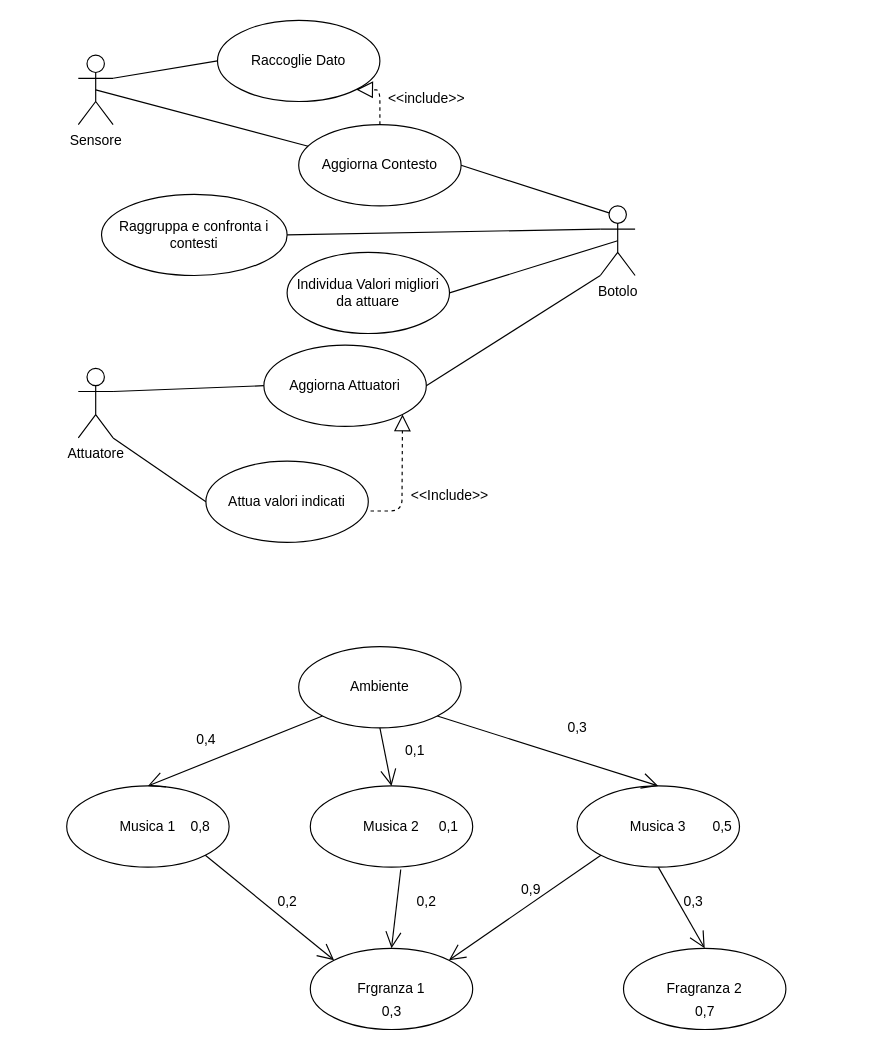
Sbef98/Microservices-Shop keeps this draw.io diagram as page "Page-2" (2 of 4) of Untitled Diagram.drawio. Above is the earlier version. Source tidied: cells renumbered, new cells numbered last; positions are measured from the earlier drawing's top-left corner, leaving out a move shared by most shapes. Both pictures are drawn from the tidied source at 116%, with x=0, y=0 at pixel (66, 20).
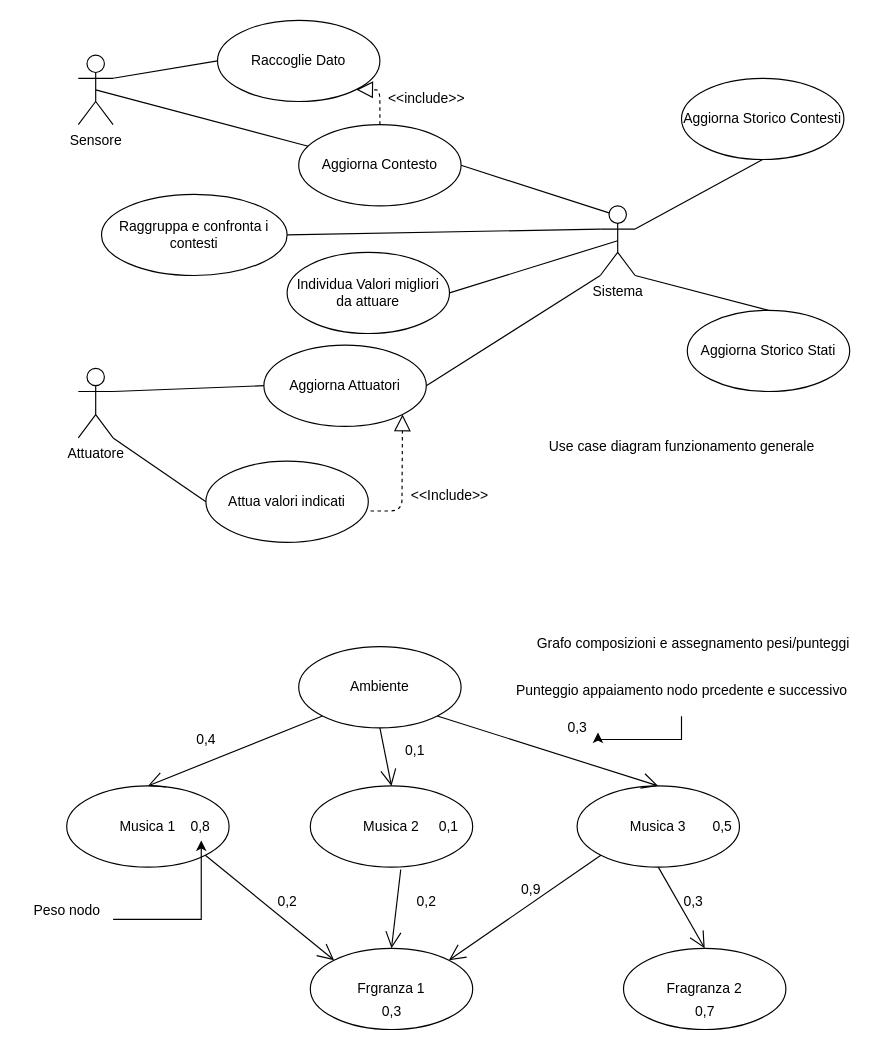
The same page after the edit.

Unchanged cells that the change refers to:
```xml
<mxCell id="36" value="0,3" style="text;html=1;align=center;verticalAlign=middle;points=[];" parent="1" vertex="1">
  <mxGeometry x="425" y="600" width="30" height="20" as="geometry" />
</mxCell>
<mxCell id="37" value="0,8" style="text;html=1;align=center;verticalAlign=middle;points=[];" parent="1" vertex="1">
  <mxGeometry x="100" y="685" width="30" height="20" as="geometry" />
</mxCell>
```

Diff of the diagram source:
```diff
@@
-    <mxCell id="4" value="Botolo" style="shape=umlActor;verticalLabelPosition=bottom;verticalAlign=top;html=1;" parent="1" vertex="1">
+    <mxCell id="4" value="Sistema" style="shape=umlActor;verticalLabelPosition=bottom;verticalAlign=top;html=1;" parent="1" vertex="1">
       <mxGeometry x="460" y="160" width="30" height="60" as="geometry" />
     </mxCell>
@@
+    <mxCell id="48" value="&lt;div&gt;Use case diagram funzionamento generale&lt;/div&gt;&lt;div&gt;&lt;br&gt;&lt;/div&gt;" style="text;html=1;align=center;verticalAlign=middle;" parent="1" vertex="1">
+      <mxGeometry x="405" y="360" width="250" height="30" as="geometry" />
+    </mxCell>
+    <mxCell id="49" value="&lt;div&gt;Grafo composizioni e assegnamento pesi/punteggi&lt;/div&gt;&lt;div&gt;&lt;br&gt;&lt;/div&gt;" style="text;html=1;align=center;verticalAlign=middle;" parent="1" vertex="1">
+      <mxGeometry x="390" y="530" width="300" height="30" as="geometry" />
+    </mxCell>
+    <mxCell id="50" style="edgeStyle=orthogonalEdgeStyle;rounded=0;jettySize=auto;html=1;entryX=1.1;entryY=0.7;entryDx=0;entryDy=0;entryPerimeter=0;" parent="1" edge="1" source="51" target="36">
+      <mxGeometry relative="1" as="geometry" />
+    </mxCell>
+    <mxCell id="51" value="&lt;div&gt;Punteggio appaiamento nodo prcedente e successivo&lt;/div&gt;&lt;div&gt;&lt;br&gt;&lt;/div&gt;" style="text;html=1;align=center;verticalAlign=middle;points=[];" parent="1" vertex="1">
+      <mxGeometry x="370" y="570" width="320" height="30" as="geometry" />
+    </mxCell>
+    <mxCell id="52" style="edgeStyle=orthogonalEdgeStyle;rounded=0;jettySize=auto;html=1;entryX=0.533;entryY=1.1;entryDx=0;entryDy=0;entryPerimeter=0;" parent="1" edge="1" source="53" target="37">
+      <mxGeometry relative="1" as="geometry" />
+    </mxCell>
+    <mxCell id="53" value="&lt;div&gt;Peso nodo&lt;/div&gt;&lt;div&gt;&lt;br&gt;&lt;/div&gt;" style="text;html=1;align=center;verticalAlign=middle;points=[];" parent="1" vertex="1">
+      <mxGeometry x="-40" y="760" width="80" height="30" as="geometry" />
+    </mxCell>
+    <mxCell id="54" value="Aggiorna Storico Contesti" style="ellipse;whiteSpace=wrap;html=1;" parent="1" vertex="1">
+      <mxGeometry x="530" y="50" width="140" height="70" as="geometry" />
+    </mxCell>
+    <mxCell id="55" value="Aggiorna Storico Stati" style="ellipse;whiteSpace=wrap;html=1;" parent="1" vertex="1">
+      <mxGeometry x="535" y="250" width="140" height="70" as="geometry" />
+    </mxCell>
+    <mxCell id="56" style="endArrow=none;html=1;exitX=1;exitY=1;exitDx=0;exitDy=0;exitPerimeter=0;entryX=0.5;entryY=0;entryDx=0;entryDy=0;" parent="1" edge="1" source="4" target="55">
+      <mxGeometry relative="1" as="geometry" />
+    </mxCell>
+    <mxCell id="57" style="endArrow=none;html=1;exitX=1;exitY=0.3333333333333333;exitDx=0;exitDy=0;exitPerimeter=0;entryX=0.5;entryY=1;entryDx=0;entryDy=0;" parent="1" edge="1" source="4" target="54">
+      <mxGeometry relative="1" as="geometry" />
+    </mxCell>
```
